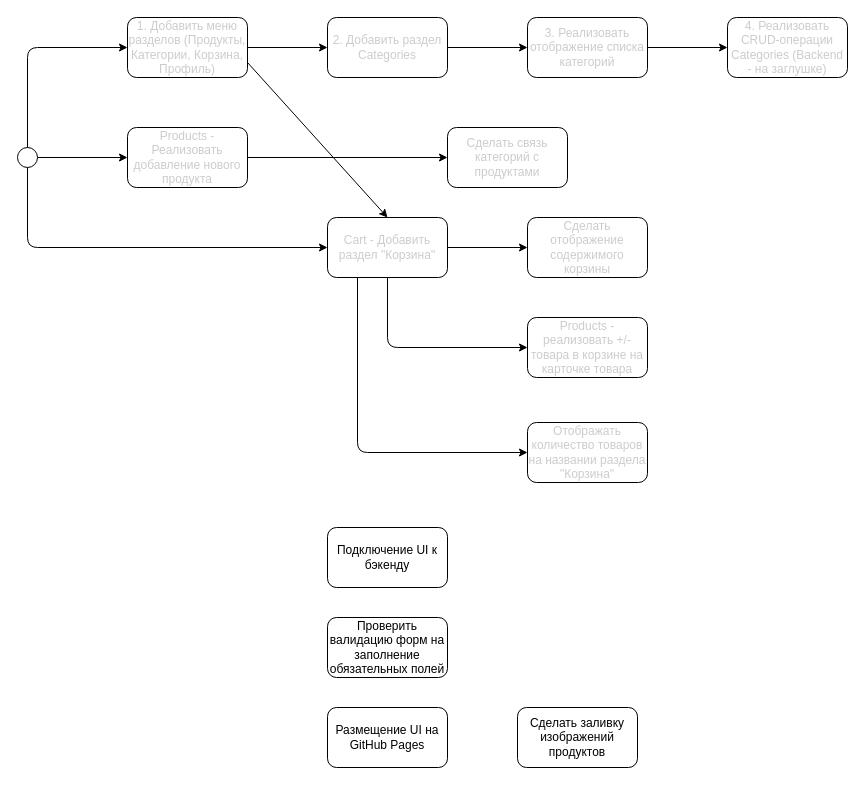
Above: react-2025-08/react-2025-08-hw16-shop/doc/netGraph.drawio in alexanderpono/ponomarenko-alex-otus (draw.io), before the change. Source tidied: cells renumbered, new cells numbered last; positions are measured from the earlier drawing's top-left corner, leaving out a move shared by most shapes. Both pictures are drawn from the tidied source at 100%, with x=0, y=0 at pixel (17, 17).
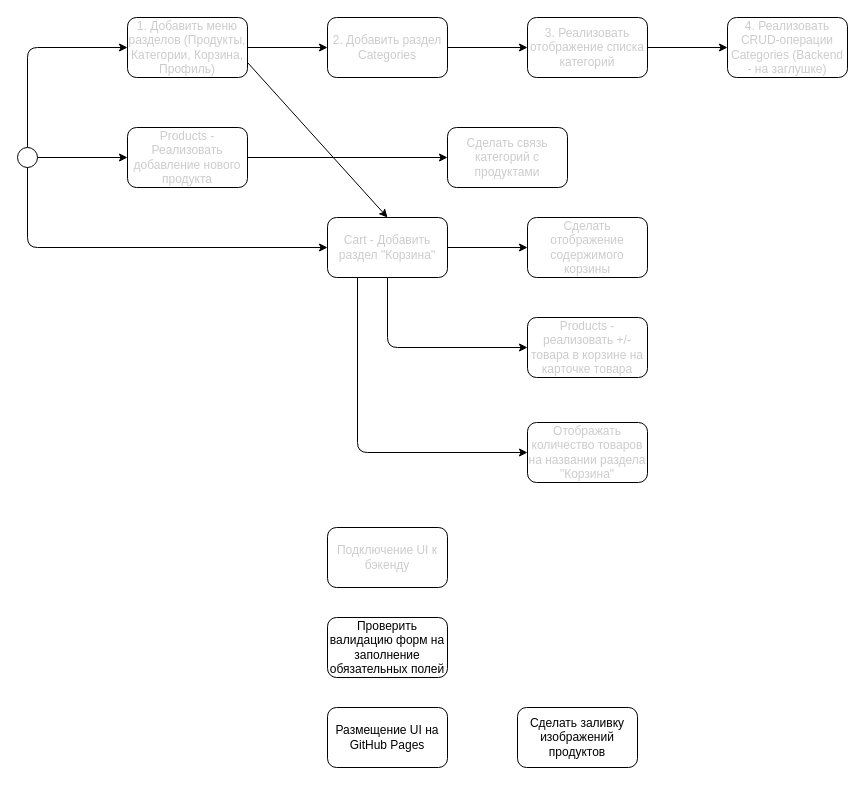
After the change.

What changed in the source:
```diff
@@
-    <mxCell id="23" value="Подключение UI к бэкенду" style="rounded=1;whiteSpace=wrap;html=1;" parent="1" vertex="1">
+    <mxCell id="23" value="Подключение UI к бэкенду" style="rounded=1;whiteSpace=wrap;html=1;fontColor=#CCCCCC;" parent="1" vertex="1">
       <mxGeometry x="310" y="510" width="120" height="60" as="geometry" />
     </mxCell>
```
